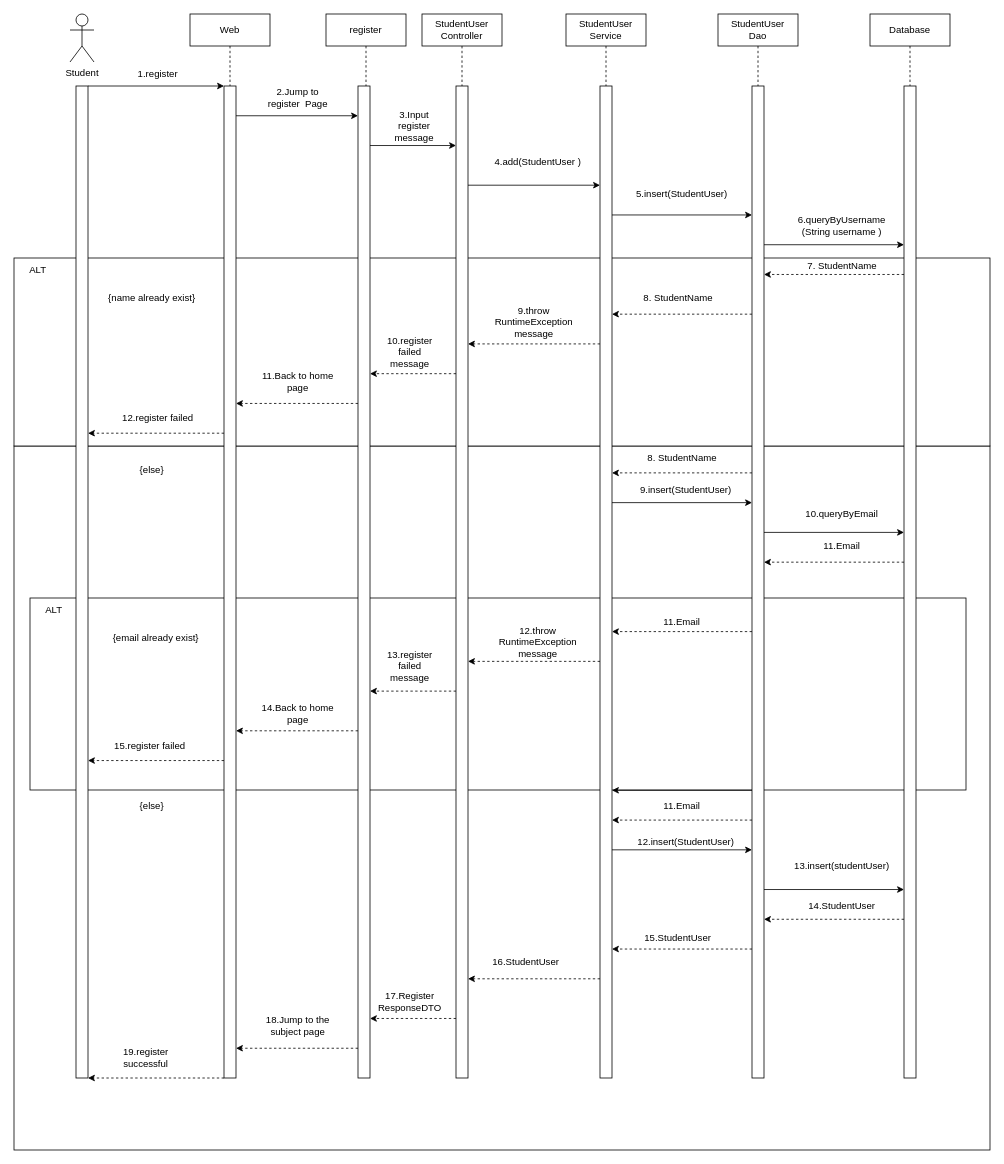
The draw.io diagram Final_project_Sequence_diagram.drawio in vriusc/Intelligent-Tutoring-System, before the edit. Source tidied: cells renumbered, new cells numbered last; positions are measured from the earlier drawing's top-left corner, leaving out a move shared by most shapes. Both pictures are drawn from the tidied source at 80%, with x=0, y=0 at pixel (14, 14).
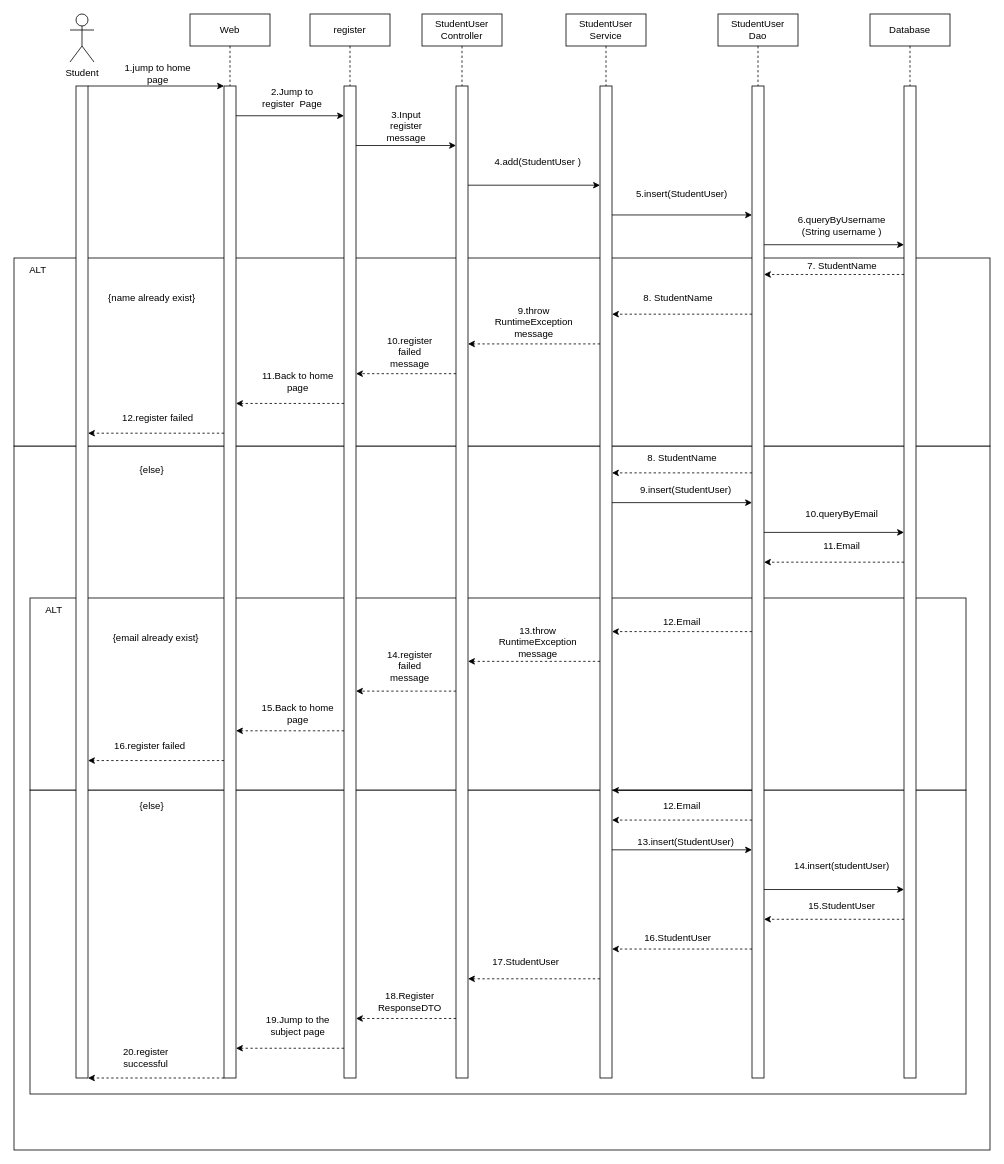
The same diagram, later.

What changed in the source:
```diff
@@
+    <mxCell id="86" style="rounded=0;whiteSpace=wrap;html=1;" parent="1" vertex="1">
+      <mxGeometry x="20" y="970" width="1170" height="380" as="geometry" />
+    </mxCell>
+    <mxCell id="5" style="rounded=0;whiteSpace=wrap;html=1;" parent="1" vertex="1">
+      <mxGeometry x="20" y="730" width="1170" height="240" as="geometry" />
+    </mxCell>
@@
-    <mxCell id="5" style="rounded=0;whiteSpace=wrap;html=1;" parent="1" vertex="1">
-      <mxGeometry x="20" y="730" width="1170" height="240" as="geometry" />
-    </mxCell>
@@
-    <mxCell id="10" value="1.register" style="text;html=1;strokeColor=none;fillColor=none;align=center;verticalAlign=middle;whiteSpace=wrap;rounded=0;" parent="1" vertex="1">
-      <mxGeometry x="150" y="60" width="60" height="30" as="geometry" />
+    <mxCell id="10" value="1.jump to home page" style="text;html=1;strokeColor=none;fillColor=none;align=center;verticalAlign=middle;whiteSpace=wrap;rounded=0;" parent="1" vertex="1">
+      <mxGeometry x="135" y="60" width="90" height="30" as="geometry" />
     </mxCell>
     <mxCell id="11" value="register" style="shape=umlLifeline;perimeter=lifelinePerimeter;whiteSpace=wrap;html=1;newEdgeStyle={&quot;edgeStyle&quot;:&quot;elbowEdgeStyle&quot;,&quot;elbow&quot;:&quot;vertical&quot;,&quot;curved&quot;:0,&quot;rounded&quot;:0};size=40;" parent="1" vertex="1">
-      <mxGeometry x="390" width="100" height="550" as="geometry" />
+      <mxGeometry x="370" width="100" height="550" as="geometry" />
     </mxCell>
@@
     <mxCell id="13" value="2.Jump to&lt;br&gt;register&amp;nbsp; Page" style="text;html=1;strokeColor=none;fillColor=none;align=center;verticalAlign=middle;whiteSpace=wrap;rounded=0;" parent="1" vertex="1">
-      <mxGeometry x="290" y="70" width="130" height="70" as="geometry" />
+      <mxGeometry x="282.5" y="70" width="130" height="70" as="geometry" />
     </mxCell>
     <mxCell id="14" value="3.Input&lt;br&gt;register&lt;br&gt;message" style="text;html=1;align=center;verticalAlign=middle;strokeColor=none;fillColor=none;" parent="1" vertex="1">
-      <mxGeometry x="465" y="110" width="70" height="60" as="geometry" />
+      <mxGeometry x="455" y="110" width="70" height="60" as="geometry" />
     </mxCell>
@@
-    <mxCell id="22" value="12.throw&lt;br&gt;RuntimeException&lt;br&gt;message" style="text;html=1;strokeColor=none;fillColor=none;align=center;verticalAlign=middle;whiteSpace=wrap;rounded=0;" parent="1" vertex="1">
+    <mxCell id="22" value="13.throw&lt;br&gt;RuntimeException&lt;br&gt;message" style="text;html=1;strokeColor=none;fillColor=none;align=center;verticalAlign=middle;whiteSpace=wrap;rounded=0;" parent="1" vertex="1">
       <mxGeometry x="625" y="770" width="60" height="30" as="geometry" />
     </mxCell>
-    <mxCell id="23" value="14.Back to home page" style="text;html=1;strokeColor=none;fillColor=none;align=center;verticalAlign=middle;whiteSpace=wrap;rounded=0;" parent="1" vertex="1">
+    <mxCell id="23" value="15.Back to home page" style="text;html=1;strokeColor=none;fillColor=none;align=center;verticalAlign=middle;whiteSpace=wrap;rounded=0;" parent="1" vertex="1">
       <mxGeometry x="300" y="860" width="110" height="30" as="geometry" />
     </mxCell>
-    <mxCell id="24" value="18.Jump to the subject page" style="text;html=1;strokeColor=none;fillColor=none;align=center;verticalAlign=middle;whiteSpace=wrap;rounded=0;" parent="1" vertex="1">
+    <mxCell id="24" value="19.Jump to the subject page" style="text;html=1;strokeColor=none;fillColor=none;align=center;verticalAlign=middle;whiteSpace=wrap;rounded=0;" parent="1" vertex="1">
       <mxGeometry x="300" y="1250" width="110" height="30" as="geometry" />
     </mxCell>
@@
     <mxCell id="35" style="rounded=0;whiteSpace=wrap;html=1;points=[[0,0,0,0,0],[0,0.03,0,0,0],[0,0.06,0,0,0],[0,0.1,0,0,0],[0,0.13,0,0,0],[0,0.16,0,0,0],[0,0.19,0,0,0],[0,0.23,0,0,0],[0,0.25,0,0,0],[0,0.26,0,0,0],[0,0.29,0,0,0],[0,0.32,0,0,0],[0,0.35,0,0,0],[0,0.39,0,0,0],[0,0.42,0,0,0],[0,0.45,0,0,0],[0,0.48,0,0,0],[0,0.5,0,0,0],[0,0.52,0,0,0],[0,0.55,0,0,0],[0,0.58,0,0,0],[0,0.61,0,0,0],[0,0.65,0,0,0],[0,0.68,0,0,0],[0,0.71,0,0,0],[0,0.74,0,0,0],[0,0.75,0,0,0],[0,0.77,0,0,0],[0,0.81,0,0,0],[0,0.84,0,0,0],[0,0.87,0,0,0],[0,0.9,0,0,0],[0,0.94,0,0,0],[0,0.97,0,0,0],[0,1,0,0,0],[0.25,0,0,0,0],[0.25,1,0,0,0],[0.5,0,0,0,0],[0.5,1,0,0,0],[0.75,0,0,0,0],[0.75,1,0,0,0],[1,0,0,0,0],[1,0.03,0,0,0],[1,0.06,0,0,0],[1,0.1,0,0,0],[1,0.13,0,0,0],[1,0.16,0,0,0],[1,0.19,0,0,0],[1,0.23,0,0,0],[1,0.25,0,0,0],[1,0.26,0,0,0],[1,0.29,0,0,0],[1,0.32,0,0,0],[1,0.35,0,0,0],[1,0.39,0,0,0],[1,0.42,0,0,0],[1,0.45,0,0,0],[1,0.48,0,0,0],[1,0.5,0,0,0],[1,0.52,0,0,0],[1,0.55,0,0,0],[1,0.58,0,0,0],[1,0.61,0,0,0],[1,0.65,0,0,0],[1,0.68,0,0,0],[1,0.71,0,0,0],[1,0.74,0,0,0],[1,0.75,0,0,0],[1,0.77,0,0,0],[1,0.81,0,0,0],[1,0.84,0,0,0],[1,0.87,0,0,0],[1,0.9,0,0,0],[1,0.94,0,0,0],[1,0.97,0,0,0],[1,1,0,0,0]];" parent="1" vertex="1">
-      <mxGeometry x="430" y="90" width="15" height="1240" as="geometry" />
+      <mxGeometry x="412.5" y="90" width="15" height="1240" as="geometry" />
     </mxCell>
@@
-    <mxCell id="70" value="11.Email" style="text;html=1;strokeColor=none;fillColor=none;align=center;verticalAlign=middle;whiteSpace=wrap;rounded=0;" parent="1" vertex="1">
+    <mxCell id="70" value="12.Email" style="text;html=1;strokeColor=none;fillColor=none;align=center;verticalAlign=middle;whiteSpace=wrap;rounded=0;" parent="1" vertex="1">
       <mxGeometry x="770" y="745" width="130" height="30" as="geometry" />
     </mxCell>
@@
-    <mxCell id="73" value="11.Email" style="text;html=1;strokeColor=none;fillColor=none;align=center;verticalAlign=middle;whiteSpace=wrap;rounded=0;" parent="1" vertex="1">
+    <mxCell id="73" value="12.Email" style="text;html=1;strokeColor=none;fillColor=none;align=center;verticalAlign=middle;whiteSpace=wrap;rounded=0;" parent="1" vertex="1">
       <mxGeometry x="770" y="975" width="130" height="30" as="geometry" />
     </mxCell>
-    <mxCell id="74" value="12.insert(StudentUser&lt;span style=&quot;background-color: initial;&quot;&gt;)&lt;/span&gt;" style="text;html=1;strokeColor=none;fillColor=none;align=center;verticalAlign=middle;whiteSpace=wrap;rounded=0;" parent="1" vertex="1">
+    <mxCell id="74" value="13.insert(StudentUser&lt;span style=&quot;background-color: initial;&quot;&gt;)&lt;/span&gt;" style="text;html=1;strokeColor=none;fillColor=none;align=center;verticalAlign=middle;whiteSpace=wrap;rounded=0;" parent="1" vertex="1">
       <mxGeometry x="775" y="1020" width="130" height="30" as="geometry" />
     </mxCell>
-    <mxCell id="75" value="13.insert(studentUser)" style="text;html=1;strokeColor=none;fillColor=none;align=center;verticalAlign=middle;whiteSpace=wrap;rounded=0;" parent="1" vertex="1">
+    <mxCell id="75" value="14.insert(studentUser)" style="text;html=1;strokeColor=none;fillColor=none;align=center;verticalAlign=middle;whiteSpace=wrap;rounded=0;" parent="1" vertex="1">
       <mxGeometry x="970" y="1050" width="130" height="30" as="geometry" />
     </mxCell>
-    <mxCell id="76" value="14.StudentUser" style="text;html=1;strokeColor=none;fillColor=none;align=center;verticalAlign=middle;whiteSpace=wrap;rounded=0;" parent="1" vertex="1">
+    <mxCell id="76" value="15.StudentUser" style="text;html=1;strokeColor=none;fillColor=none;align=center;verticalAlign=middle;whiteSpace=wrap;rounded=0;" parent="1" vertex="1">
       <mxGeometry x="1005" y="1100" width="60" height="30" as="geometry" />
     </mxCell>
@@
-    <mxCell id="79" value="15.StudentUser" style="text;html=1;strokeColor=none;fillColor=none;align=center;verticalAlign=middle;whiteSpace=wrap;rounded=0;" parent="1" vertex="1">
+    <mxCell id="79" value="16.StudentUser" style="text;html=1;strokeColor=none;fillColor=none;align=center;verticalAlign=middle;whiteSpace=wrap;rounded=0;" parent="1" vertex="1">
       <mxGeometry x="800" y="1140" width="60" height="30" as="geometry" />
     </mxCell>
@@
-    <mxCell id="81" value="15.register failed" style="text;html=1;strokeColor=none;fillColor=none;align=center;verticalAlign=middle;whiteSpace=wrap;rounded=0;" parent="1" vertex="1">
+    <mxCell id="81" value="16.register failed" style="text;html=1;strokeColor=none;fillColor=none;align=center;verticalAlign=middle;whiteSpace=wrap;rounded=0;" parent="1" vertex="1">
       <mxGeometry x="115" y="900" width="110" height="30" as="geometry" />
     </mxCell>
-    <mxCell id="82" value="16.StudentUser" style="text;html=1;strokeColor=none;fillColor=none;align=center;verticalAlign=middle;whiteSpace=wrap;rounded=0;" parent="1" vertex="1">
+    <mxCell id="82" value="17.StudentUser" style="text;html=1;strokeColor=none;fillColor=none;align=center;verticalAlign=middle;whiteSpace=wrap;rounded=0;" parent="1" vertex="1">
       <mxGeometry x="610" y="1170" width="60" height="30" as="geometry" />
     </mxCell>
-    <mxCell id="83" value="19.register successful" style="text;html=1;strokeColor=none;fillColor=none;align=center;verticalAlign=middle;whiteSpace=wrap;rounded=0;" parent="1" vertex="1">
+    <mxCell id="83" value="20.register successful" style="text;html=1;strokeColor=none;fillColor=none;align=center;verticalAlign=middle;whiteSpace=wrap;rounded=0;" parent="1" vertex="1">
       <mxGeometry x="110" y="1290" width="110" height="30" as="geometry" />
     </mxCell>
-    <mxCell id="84" value="17.Register ResponseDTO" style="text;html=1;strokeColor=none;fillColor=none;align=center;verticalAlign=middle;whiteSpace=wrap;rounded=0;" parent="1" vertex="1">
+    <mxCell id="84" value="18.Register ResponseDTO" style="text;html=1;strokeColor=none;fillColor=none;align=center;verticalAlign=middle;whiteSpace=wrap;rounded=0;" parent="1" vertex="1">
       <mxGeometry x="465" y="1220" width="60" height="30" as="geometry" />
     </mxCell>
-    <mxCell id="85" value="13.register failed message" style="text;html=1;strokeColor=none;fillColor=none;align=center;verticalAlign=middle;whiteSpace=wrap;rounded=0;" parent="1" vertex="1">
+    <mxCell id="85" value="14.register failed message" style="text;html=1;strokeColor=none;fillColor=none;align=center;verticalAlign=middle;whiteSpace=wrap;rounded=0;" parent="1" vertex="1">
       <mxGeometry x="465" y="800" width="60" height="30" as="geometry" />
     </mxCell>
```
